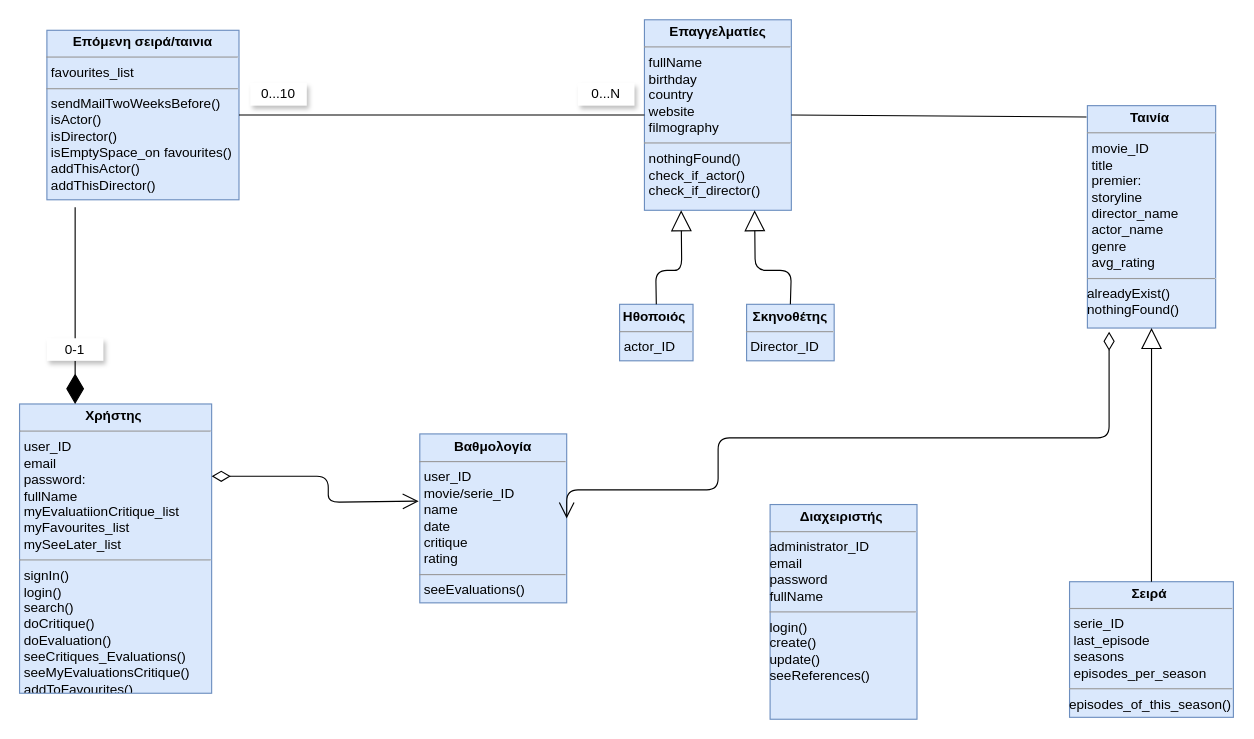
Above: ArtemisErg.drawio in MelTsesmelis/group51 (draw.io), before the change. Source tidied: cells renumbered, new cells numbered last; positions are measured from the earlier drawing's top-left corner, leaving out a move shared by most shapes. Both pictures are drawn from the tidied source at 113%, with x=0, y=0 at pixel (19, 19).
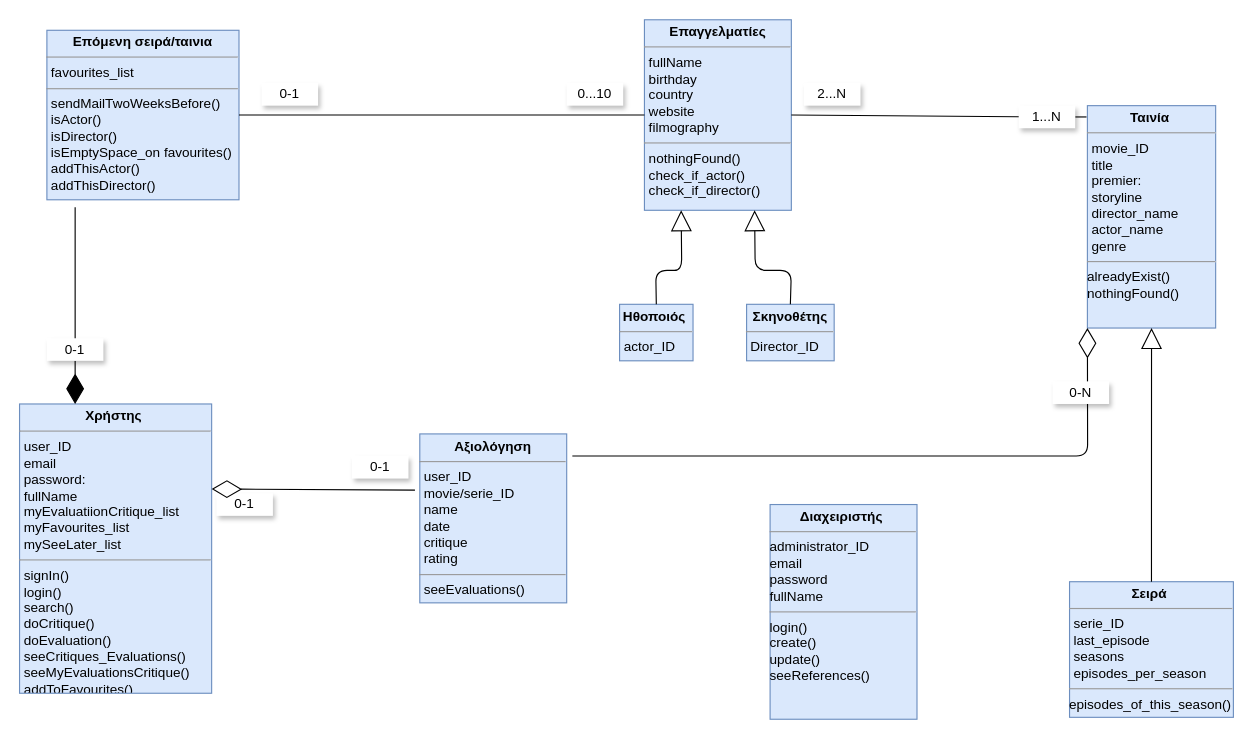
The same page after the edit.

The change refers to these unchanged cells:
```xml
<mxCell id="2" value="&lt;p style=&quot;margin: 0px ; margin-top: 4px ; text-align: center&quot;&gt;&lt;b&gt;Χρήστης&amp;nbsp;&lt;/b&gt;&lt;/p&gt;&lt;hr size=&quot;1&quot;&gt;&lt;p style=&quot;margin: 0px ; margin-left: 4px&quot;&gt;user_ID&lt;br&gt;&lt;/p&gt;&lt;p style=&quot;margin: 0px ; margin-left: 4px&quot;&gt;email&lt;/p&gt;&lt;p style=&quot;margin: 0px ; margin-left: 4px&quot;&gt;password:&lt;/p&gt;&lt;p style=&quot;margin: 0px ; margin-left: 4px&quot;&gt;fullName&lt;/p&gt;&lt;p style=&quot;margin: 0px ; margin-left: 4px&quot;&gt;myEvaluatiionCritique_list&lt;br&gt;&lt;/p&gt;&lt;p style=&quot;margin: 0px ; margin-left: 4px&quot;&gt;myFavourites_list&lt;/p&gt;&lt;p style=&quot;margin: 0px ; margin-left: 4px&quot;&gt;mySeeLater_list&lt;/p&gt;&lt;hr size=&quot;1&quot;&gt;&lt;p style=&quot;margin: 0px 0px 0px 4px&quot;&gt;&lt;span&gt;signIn()&lt;/span&gt;&lt;br&gt;&lt;/p&gt;&lt;p style=&quot;margin: 0px 0px 0px 4px&quot;&gt;&lt;span&gt;login()&lt;/span&gt;&lt;/p&gt;&lt;p style=&quot;margin: 0px 0px 0px 4px&quot;&gt;search()&lt;span&gt;&lt;br&gt;&lt;/span&gt;&lt;/p&gt;&lt;p style=&quot;margin: 0px 0px 0px 4px&quot;&gt;doCritique()&lt;/p&gt;&lt;p style=&quot;margin: 0px 0px 0px 4px&quot;&gt;doEvaluation()&lt;/p&gt;&lt;p style=&quot;margin: 0px 0px 0px 4px&quot;&gt;seeCritiques_Evaluations()&lt;/p&gt;&lt;p style=&quot;margin: 0px 0px 0px 4px&quot;&gt;seeMyEvaluationsCritique()&lt;/p&gt;&lt;p style=&quot;margin: 0px 0px 0px 4px&quot;&gt;addToFavourites()&lt;/p&gt;&lt;p style=&quot;margin: 0px 0px 0px 4px&quot;&gt;&lt;br&gt;&lt;/p&gt;" style="verticalAlign=top;align=left;overflow=fill;fontSize=12;fontFamily=Helvetica;html=1;fillColor=#dae8fc;strokeColor=#6c8ebf;labelBackgroundColor=none;" parent="1" vertex="1">
  <mxGeometry x="-0.2" y="340" width="170" height="256" as="geometry" />
</mxCell>
<mxCell id="10" value="&lt;p style=&quot;margin: 0px ; margin-top: 4px ; text-align: center&quot;&gt;&lt;b&gt;Επαγγελματίες&lt;/b&gt;&lt;/p&gt;&lt;hr size=&quot;1&quot;&gt;&lt;p style=&quot;margin: 0px 0px 0px 4px&quot;&gt;&lt;span&gt;fullName&lt;/span&gt;&lt;br&gt;&lt;/p&gt;&lt;p style=&quot;margin: 0px 0px 0px 4px&quot;&gt;birthday&lt;/p&gt;&lt;p style=&quot;margin: 0px 0px 0px 4px&quot;&gt;country&lt;/p&gt;&lt;p style=&quot;margin: 0px 0px 0px 4px&quot;&gt;website&lt;/p&gt;&lt;p style=&quot;margin: 0px 0px 0px 4px&quot;&gt;filmography&lt;/p&gt;&lt;hr size=&quot;1&quot;&gt;&lt;p style=&quot;margin: 0px ; margin-left: 4px&quot;&gt;&lt;span&gt;nothingFound()&lt;/span&gt;&lt;br&gt;&lt;/p&gt;&lt;p style=&quot;margin: 0px ; margin-left: 4px&quot;&gt;check_if_actor()&lt;/p&gt;&lt;p style=&quot;margin: 0px ; margin-left: 4px&quot;&gt;check_if_director()&lt;/p&gt;" style="verticalAlign=top;align=left;overflow=fill;fontSize=12;fontFamily=Helvetica;html=1;fillColor=#dae8fc;strokeColor=#6c8ebf;labelBackgroundColor=none;" parent="1" vertex="1">
  <mxGeometry x="552.8" width="130" height="168.6" as="geometry" />
</mxCell>
```

Change to the diagram source:
```diff
@@
-    <mxCell id="3" value="&lt;p style=&quot;margin: 0px ; margin-top: 4px ; text-align: center&quot;&gt;&lt;b&gt;Βαθμολογία&lt;/b&gt;&lt;/p&gt;&lt;hr size=&quot;1&quot;&gt;&lt;p style=&quot;margin: 0px ; margin-left: 4px&quot;&gt;&lt;span&gt;user_ID&lt;/span&gt;&lt;/p&gt;&lt;p style=&quot;margin: 0px ; margin-left: 4px&quot;&gt;movie/serie_ID&lt;/p&gt;&lt;p style=&quot;margin: 0px ; margin-left: 4px&quot;&gt;&lt;span&gt;name&lt;/span&gt;&lt;br&gt;&lt;/p&gt;&lt;p style=&quot;margin: 0px ; margin-left: 4px&quot;&gt;&lt;span&gt;date&lt;/span&gt;&lt;/p&gt;&lt;p style=&quot;margin: 0px ; margin-left: 4px&quot;&gt;&lt;span&gt;critique&lt;/span&gt;&lt;/p&gt;&lt;p style=&quot;margin: 0px ; margin-left: 4px&quot;&gt;&lt;span&gt;rating&lt;/span&gt;&lt;/p&gt;&lt;hr size=&quot;1&quot;&gt;&lt;p style=&quot;margin: 0px ; margin-left: 4px&quot;&gt;seeEvaluations()&lt;/p&gt;&lt;p style=&quot;margin: 0px ; margin-left: 4px&quot;&gt;&lt;br&gt;&lt;/p&gt;&lt;p style=&quot;margin: 0px ; margin-left: 4px&quot;&gt;&lt;br&gt;&lt;/p&gt;" style="verticalAlign=top;align=left;overflow=fill;fontSize=12;fontFamily=Helvetica;html=1;fillColor=#dae8fc;strokeColor=#6c8ebf;" parent="1" vertex="1">
+    <mxCell id="3" value="&lt;p style=&quot;margin: 0px ; margin-top: 4px ; text-align: center&quot;&gt;&lt;b&gt;Αξιολόγηση&lt;/b&gt;&lt;/p&gt;&lt;hr size=&quot;1&quot;&gt;&lt;p style=&quot;margin: 0px ; margin-left: 4px&quot;&gt;&lt;span&gt;user_ID&lt;/span&gt;&lt;/p&gt;&lt;p style=&quot;margin: 0px ; margin-left: 4px&quot;&gt;movie/serie_ID&lt;/p&gt;&lt;p style=&quot;margin: 0px ; margin-left: 4px&quot;&gt;&lt;span&gt;name&lt;/span&gt;&lt;br&gt;&lt;/p&gt;&lt;p style=&quot;margin: 0px ; margin-left: 4px&quot;&gt;&lt;span&gt;date&lt;/span&gt;&lt;/p&gt;&lt;p style=&quot;margin: 0px ; margin-left: 4px&quot;&gt;&lt;span&gt;critique&lt;/span&gt;&lt;/p&gt;&lt;p style=&quot;margin: 0px ; margin-left: 4px&quot;&gt;&lt;span&gt;rating&lt;/span&gt;&lt;/p&gt;&lt;hr size=&quot;1&quot;&gt;&lt;p style=&quot;margin: 0px ; margin-left: 4px&quot;&gt;seeEvaluations()&lt;/p&gt;&lt;p style=&quot;margin: 0px ; margin-left: 4px&quot;&gt;&lt;br&gt;&lt;/p&gt;&lt;p style=&quot;margin: 0px ; margin-left: 4px&quot;&gt;&lt;br&gt;&lt;/p&gt;" style="verticalAlign=top;align=left;overflow=fill;fontSize=12;fontFamily=Helvetica;html=1;fillColor=#dae8fc;strokeColor=#6c8ebf;" parent="1" vertex="1">
       <mxGeometry x="354" y="366.5" width="130" height="149.5" as="geometry" />
     </mxCell>
@@
-    <mxCell id="8" value="&lt;p style=&quot;margin: 0px ; margin-top: 4px ; text-align: center&quot;&gt;&lt;b&gt;Ταινία&amp;nbsp;&lt;/b&gt;&lt;/p&gt;&lt;hr size=&quot;1&quot;&gt;&lt;p style=&quot;margin: 0px 0px 0px 4px&quot;&gt;movie_ID&lt;/p&gt;&lt;p style=&quot;margin: 0px 0px 0px 4px&quot;&gt;title&lt;br&gt;&lt;/p&gt;&lt;p style=&quot;margin: 0px 0px 0px 4px&quot;&gt;premier:&lt;/p&gt;&lt;p style=&quot;margin: 0px 0px 0px 4px&quot;&gt;storyline&lt;/p&gt;&lt;p style=&quot;margin: 0px 0px 0px 4px&quot;&gt;director_name&lt;/p&gt;&lt;p style=&quot;margin: 0px 0px 0px 4px&quot;&gt;actor_name&lt;/p&gt;&lt;p style=&quot;margin: 0px 0px 0px 4px&quot;&gt;genre&lt;/p&gt;&lt;p style=&quot;margin: 0px 0px 0px 4px&quot;&gt;avg_rating&lt;/p&gt;&lt;hr size=&quot;1&quot;&gt;alreadyExist()&lt;br&gt;nothingFound()&lt;br&gt;&lt;br&gt;&lt;p style=&quot;margin: 0px ; margin-left: 4px&quot;&gt;&lt;/p&gt;" style="verticalAlign=top;align=left;overflow=fill;fontSize=12;fontFamily=Helvetica;html=1;fillColor=#dae8fc;strokeColor=#6c8ebf;labelBackgroundColor=none;" parent="1" vertex="1">
+    <mxCell id="8" value="&lt;p style=&quot;margin: 0px ; margin-top: 4px ; text-align: center&quot;&gt;&lt;b&gt;Ταινία&amp;nbsp;&lt;/b&gt;&lt;/p&gt;&lt;hr size=&quot;1&quot;&gt;&lt;p style=&quot;margin: 0px 0px 0px 4px&quot;&gt;movie_ID&lt;/p&gt;&lt;p style=&quot;margin: 0px 0px 0px 4px&quot;&gt;title&lt;br&gt;&lt;/p&gt;&lt;p style=&quot;margin: 0px 0px 0px 4px&quot;&gt;premier:&lt;/p&gt;&lt;p style=&quot;margin: 0px 0px 0px 4px&quot;&gt;storyline&lt;/p&gt;&lt;p style=&quot;margin: 0px 0px 0px 4px&quot;&gt;director_name&lt;/p&gt;&lt;p style=&quot;margin: 0px 0px 0px 4px&quot;&gt;actor_name&lt;/p&gt;&lt;p style=&quot;margin: 0px 0px 0px 4px&quot;&gt;genre&lt;/p&gt;&lt;hr size=&quot;1&quot;&gt;alreadyExist()&lt;br&gt;nothingFound()&lt;br&gt;&lt;br&gt;&lt;p style=&quot;margin: 0px ; margin-left: 4px&quot;&gt;&lt;/p&gt;" style="verticalAlign=top;align=left;overflow=fill;fontSize=12;fontFamily=Helvetica;html=1;fillColor=#dae8fc;strokeColor=#6c8ebf;labelBackgroundColor=none;" parent="1" vertex="1">
       <mxGeometry x="944.8" y="76" width="113.5" height="196.8" as="geometry" />
     </mxCell>
@@
-    <mxCell id="15" style="endArrow=open;html=1;endSize=12;startArrow=diamondThin;startSize=14;startFill=0;edgeStyle=orthogonalEdgeStyle;align=left;verticalAlign=bottom;exitX=1;exitY=0.25;exitDx=0;exitDy=0;" parent="1" edge="1" source="2">
-      <mxGeometry x="-1" y="3" relative="1" as="geometry">
-        <mxPoint x="353" y="426" as="targetPoint" />
-        <Array as="points">
-          <mxPoint x="273" y="404" />
-          <mxPoint x="273" y="427" />
-        </Array>
-      </mxGeometry>
-    </mxCell>
-    <mxCell id="16" style="endArrow=open;html=1;endSize=12;startArrow=diamondThin;startSize=14;startFill=0;edgeStyle=orthogonalEdgeStyle;align=left;verticalAlign=bottom;entryX=1;entryY=0.5;entryDx=0;entryDy=0;" parent="1" edge="1" target="3">
-      <mxGeometry x="-1" y="3" relative="1" as="geometry">
-        <mxPoint x="964" y="276" as="sourcePoint" />
-        <Array as="points">
-          <mxPoint x="618" y="370" />
-          <mxPoint x="618" y="416" />
-        </Array>
-      </mxGeometry>
-    </mxCell>
@@
     <mxCell id="19" value="0...10" style="text;html=1;strokeColor=none;align=center;verticalAlign=middle;whiteSpace=wrap;rounded=0;shadow=1;fillColor=#FFFFFF;" parent="1" vertex="1">
-      <mxGeometry x="204" y="56" width="50" height="20" as="geometry" />
+      <mxGeometry x="484" y="56" width="50" height="20" as="geometry" />
     </mxCell>
@@
-    <mxCell id="21" value="0...Ν" style="text;html=1;strokeColor=none;align=center;verticalAlign=middle;whiteSpace=wrap;rounded=0;shadow=1;fillColor=#FFFFFF;" parent="1" vertex="1">
-      <mxGeometry x="494" y="56" width="50" height="20" as="geometry" />
+    <mxCell id="21" value="0-1" style="text;html=1;strokeColor=none;align=center;verticalAlign=middle;whiteSpace=wrap;rounded=0;shadow=1;fillColor=#FFFFFF;" parent="1" vertex="1">
+      <mxGeometry x="214" y="56" width="50" height="20" as="geometry" />
     </mxCell>
-    <mxCell id="22" style="endArrow=none;html=1;exitX=1;exitY=0.5;exitDx=0;exitDy=0;" parent="1" edge="1" source="10">
+    <mxCell id="22" style="endArrow=none;html=1;exitX=1;exitY=0.5;exitDx=0;exitDy=0;startArrow=none;" parent="1" edge="1" source="28">
       <mxGeometry relative="1" as="geometry">
         <mxPoint x="944" y="86" as="targetPoint" />
       </mxGeometry>
     </mxCell>
+    <mxCell id="23" value="0-1" style="text;html=1;strokeColor=none;align=center;verticalAlign=middle;whiteSpace=wrap;rounded=0;shadow=1;fillColor=#FFFFFF;" parent="1" vertex="1">
+      <mxGeometry x="174" y="419" width="50" height="20" as="geometry" />
+    </mxCell>
+    <mxCell id="24" value="0-1" style="text;html=1;strokeColor=none;align=center;verticalAlign=middle;whiteSpace=wrap;rounded=0;shadow=1;fillColor=#FFFFFF;" parent="1" vertex="1">
+      <mxGeometry x="294" y="386" width="50" height="20" as="geometry" />
+    </mxCell>
+    <mxCell id="25" style="endArrow=diamondThin;endFill=0;endSize=24;html=1;entryX=1;entryY=0.294;entryDx=0;entryDy=0;entryPerimeter=0;exitX=-0.033;exitY=0.333;exitDx=0;exitDy=0;exitPerimeter=0;" parent="1" edge="1" source="3" target="2">
+      <mxGeometry relative="1" as="geometry" />
+    </mxCell>
+    <mxCell id="26" style="endArrow=diamondThin;endFill=0;endSize=24;html=1;entryX=0;entryY=1;entryDx=0;entryDy=0;" parent="1" edge="1" target="8">
+      <mxGeometry relative="1" as="geometry">
+        <mxPoint x="489" y="386" as="sourcePoint" />
+        <Array as="points">
+          <mxPoint x="945" y="386" />
+        </Array>
+      </mxGeometry>
+    </mxCell>
+    <mxCell id="27" value="0-N" style="text;html=1;strokeColor=none;align=center;verticalAlign=middle;whiteSpace=wrap;rounded=0;shadow=1;fillColor=#FFFFFF;" parent="1" vertex="1">
+      <mxGeometry x="914" y="320" width="50" height="20" as="geometry" />
+    </mxCell>
+    <mxCell id="28" value="1...Ν" style="text;html=1;strokeColor=none;align=center;verticalAlign=middle;whiteSpace=wrap;rounded=0;shadow=1;fillColor=#FFFFFF;" parent="1" vertex="1">
+      <mxGeometry x="884" y="76" width="50" height="20" as="geometry" />
+    </mxCell>
+    <mxCell id="29" style="endArrow=none;html=1;exitX=1;exitY=0.5;exitDx=0;exitDy=0;" parent="1" edge="1" source="10" target="28">
+      <mxGeometry relative="1" as="geometry" />
+    </mxCell>
+    <mxCell id="30" value="2...Ν" style="text;html=1;strokeColor=none;align=center;verticalAlign=middle;whiteSpace=wrap;rounded=0;shadow=1;fillColor=#FFFFFF;" parent="1" vertex="1">
+      <mxGeometry x="694" y="56" width="50" height="20" as="geometry" />
+    </mxCell>
```
